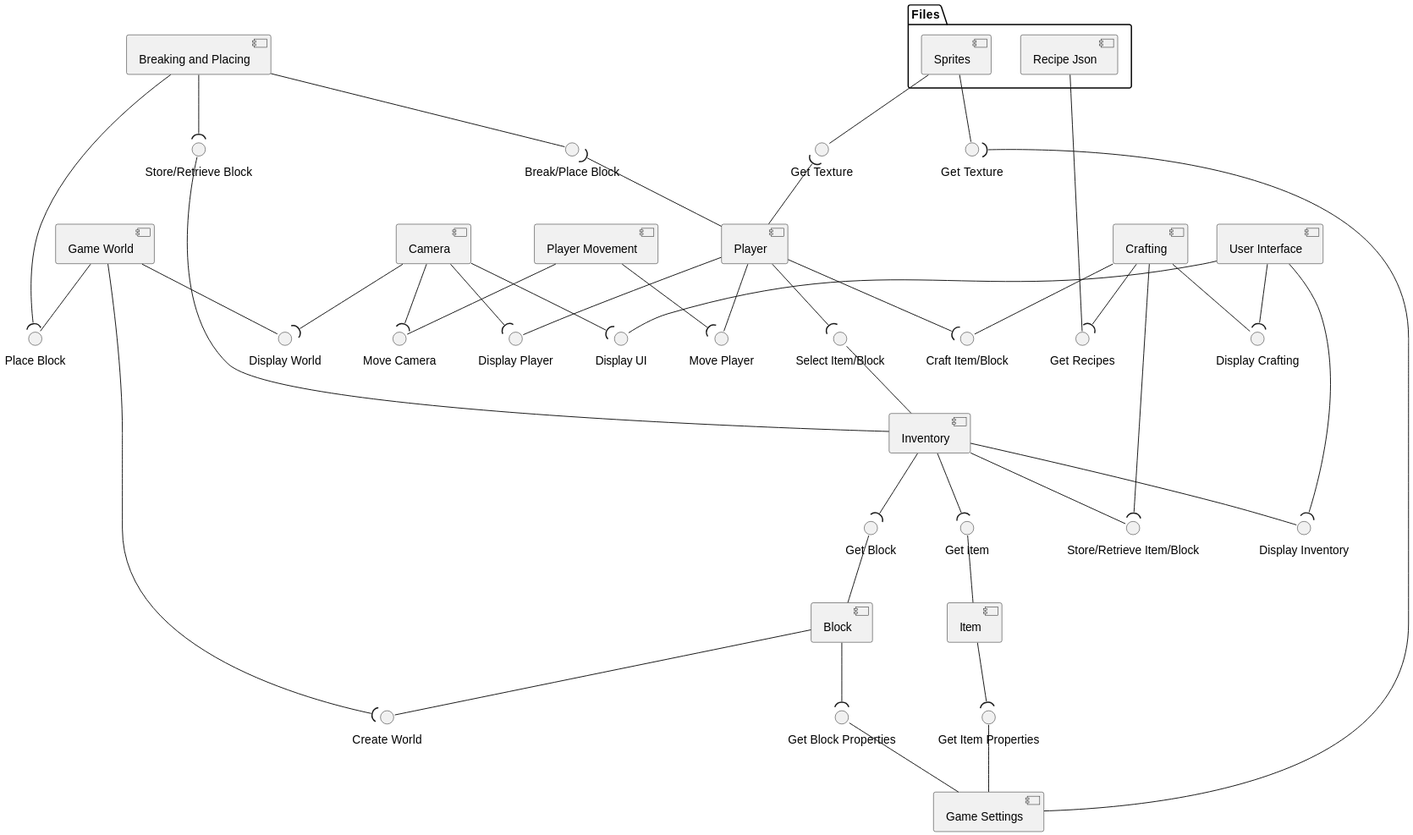
Above: Diagrams/ComponentDiagram.svg in 2333263/ScrumDogMillionaires (PlantUML), before the change. Its diagram source:
```plantuml
@startuml
[Game Settings]

[Crafting]
[Block]
[Item]
[Breaking and Placing]
[Player]
[Player Movement]
[Camera]
[Game World]
[Inventory]
[User Interface]
folder "Files"{
    [Sprites]
    [Recipe Json]
}
() "Get Texture" as GT1
() "Get Texture" as GT2
[Sprites] -- GT1
GT1 )-- [Game Settings]
[Sprites] -- GT2
GT2 )-- [Player]

() "Get Block Properties" as GBlockInfo
() "Get Item Properties" as GBItemInfo
[Block] --( GBlockInfo
GBlockInfo -- [Game Settings]
[Item] --( GBItemInfo
GBItemInfo -- [Game Settings]

() "Get Block" as GBlock
() "Get Item" as GItem

[Inventory] --( GBlock
GBlock -- [Block]
[Inventory] --( GItem
GItem -- [Item]

() "Store/Retrieve Block" as StoreRetrieveBlock
[Breaking and Placing] --( StoreRetrieveBlock
StoreRetrieveBlock -- [Inventory]

() "Select Item/Block" as SelectItemBlock
SelectItemBlock -- [Inventory]
[Player] --( SelectItemBlock

() "Break/Place Block" as BreakPlaceBlock
[Breaking and Placing] -- BreakPlaceBlock
BreakPlaceBlock )-- [Player]

() "Place Block" as PlaceBlock
[Game World] -- PlaceBlock
[Breaking and Placing] --( PlaceBlock

() "Craft Item/Block" as Craft
[Crafting] -- Craft
[Player] --( Craft

() "Get Recipes" as GetRecipes
[Crafting] --( GetRecipes
[Recipe Json] -- GetRecipes

() "Store/Retrieve Item/Block" as StoreRetrieveBlockItem
[Crafting] --( StoreRetrieveBlockItem
[Inventory] -- StoreRetrieveBlockItem

() "Create World" as CreateWorld
[Game World] --( CreateWorld
[Block] -- CreateWorld

() "Display World" as DisplayWorld
() "Display Player" as DisplayPlayer
() "Display UI" as DisplayUI

() "Display Crafting" as DisplayCrafting
() "Display Inventory" as DisplayInventory

[User Interface] --( DisplayCrafting
[User Interface] --( DisplayInventory
[Crafting] -- DisplayCrafting
[Inventory] -- DisplayInventory

[Camera] --( DisplayWorld
[Camera] --( DisplayPlayer
[Camera] --( DisplayUI
[Game World] -- DisplayWorld
[Player] -- DisplayPlayer
[User Interface] -- DisplayUI

() "Move Player" as MovePlayer
[Player] -- MovePlayer
[Player Movement] --( MovePlayer

() "Move Camera" as MoveCamera
[Camera] --( MoveCamera
[Player Movement] -- MoveCamera

@enduml
```
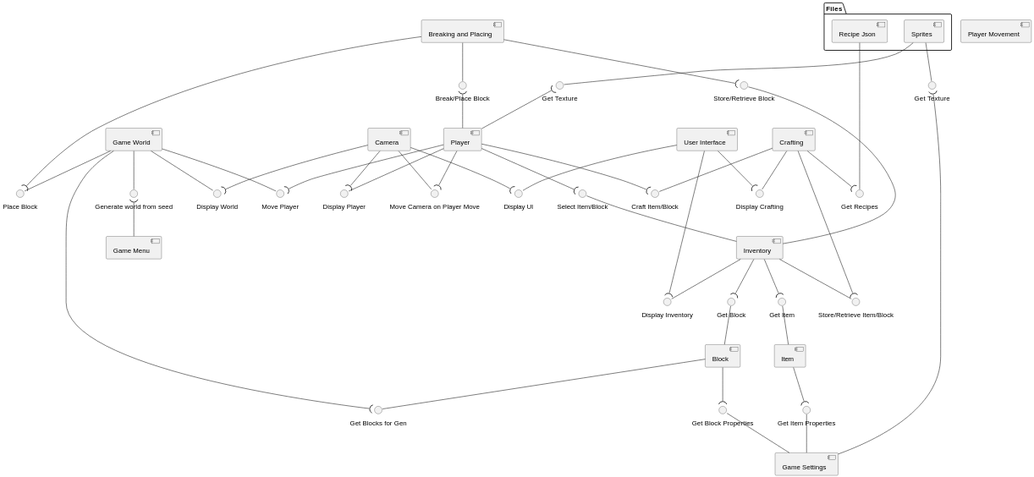
The same diagram one commit later.

Commit message:
Updated Component Diagram

What changed in the source:
```diff
@@ -11,6 +11,7 @@
 [Game World]
 [Inventory]
 [User Interface]
+[Game Menu]
 folder "Files"{
     [Sprites]
     [Recipe Json]
@@ -65,9 +66,13 @@
 [Crafting] --( StoreRetrieveBlockItem
 [Inventory] -- StoreRetrieveBlockItem
 
-() "Create World" as CreateWorld
-[Game World] --( CreateWorld
-[Block] -- CreateWorld
+() "Get Blocks for Gen" as BlocKGen
+[Game World] --( BlocKGen
+[Block] -- BlocKGen
+
+() "Generate world from seed" as GenWorld
+[Game World] -- GenWorld
+GenWorld )-- [Game Menu]
 
 () "Display World" as DisplayWorld
 () "Display Player" as DisplayPlayer
@@ -88,12 +93,14 @@
 [Player] -- DisplayPlayer
 [User Interface] -- DisplayUI
 
-() "Move Player" as MovePlayer
-[Player] -- MovePlayer
-[Player Movement] --( MovePlayer
+() "Move Player" as MovePlayerWorld
+[Player] --( MovePlayerWorld
+[Game World] -- MovePlayerWorld
 
-() "Move Camera" as MoveCamera
-[Camera] --( MoveCamera
-[Player Movement] -- MoveCamera
+() "Move Camera on Player Move" as MovePlayerCamera
+[Camera] -- MovePlayerCamera
+[Player] --( MovePlayerCamera
+
+
 
 @enduml
```
